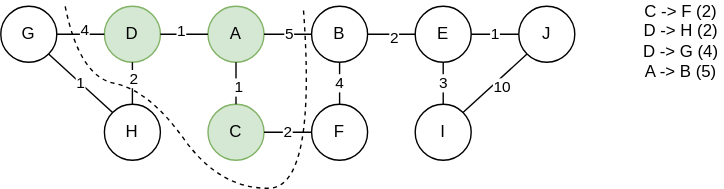
The draw.io diagram practicum_4/homework/images/graph_from_maze_dijkstra_3.svg in anton-pershin/spbu-fundamentals-of-algorithms, before a commit. Source tidied: cells renumbered, new cells last; positions are measured from the earlier drawing's top-left corner, leaving out a move shared by most shapes.
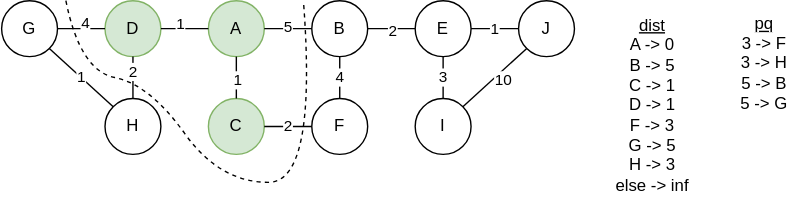
After the commit.

Commit message:
Added correct illustrations for dijkstra algorithm

Diff of the diagram source:
```diff
@@ -89,20 +89,23 @@
     <mxCell id="30" value="10" style="edgeLabel;html=1;align=center;verticalAlign=middle;" parent="29" vertex="1">
       <mxGeometry x="-0.08" y="5" relative="1" as="geometry" />
     </mxCell>
-    <mxCell id="31" value="&lt;div&gt;C -&amp;gt; F (2)&lt;/div&gt;&lt;div&gt;&lt;span style=&quot;background-color: transparent; color: light-dark(rgb(0, 0, 0), rgb(255, 255, 255));&quot;&gt;D -&amp;gt; H (2)&lt;/span&gt;&lt;/div&gt;&lt;div&gt;D -&amp;gt; G (4)&lt;/div&gt;&lt;div&gt;&lt;div&gt;A -&amp;gt; B (5)&lt;/div&gt;&lt;/div&gt;" style="text;html=1;align=center;verticalAlign=middle;whiteSpace=wrap;rounded=0;" parent="1" vertex="1">
-      <mxGeometry x="456" y="10" width="60" height="30" as="geometry" />
+    <mxCell id="31" style="curved=1;endArrow=none;html=1;rounded=0;startFill=0;dashed=1;" parent="1" edge="1">
+      <mxGeometry relative="1" as="geometry">
+        <mxPoint x="46" as="sourcePoint" />
+        <mxPoint x="216" as="targetPoint" />
+        <Array as="points">
+          <mxPoint x="56" y="50" />
+          <mxPoint x="106" y="60" />
+          <mxPoint x="156" y="130" />
+          <mxPoint x="226" y="130" />
+        </Array>
+      </mxGeometry>
     </mxCell>
-    <mxCell id="32" style="curved=1;endArrow=none;html=1;rounded=0;startFill=0;dashed=1;" parent="1" edge="1">
-      <mxGeometry relative="1" as="geometry">
-        <mxPoint x="46" as="sourcePoint" />
-        <mxPoint x="216" as="targetPoint" />
-        <Array as="points">
-          <mxPoint x="56" y="50" />
-          <mxPoint x="106" y="60" />
-          <mxPoint x="156" y="130" />
-          <mxPoint x="226" y="130" />
-        </Array>
-      </mxGeometry>
+    <mxCell id="32" value="&lt;div style=&quot;&quot;&gt;&lt;u&gt;dist&lt;/u&gt;&lt;/div&gt;A -&amp;gt; 0&lt;div&gt;B -&amp;gt; 5&lt;/div&gt;&lt;div&gt;C -&amp;gt; 1&lt;/div&gt;&lt;div&gt;D -&amp;gt; 1&lt;/div&gt;&lt;div&gt;F -&amp;gt; 3&lt;/div&gt;&lt;div&gt;G -&amp;gt; 5&lt;/div&gt;&lt;div&gt;H -&amp;gt; 3&lt;/div&gt;&lt;div&gt;else -&amp;gt; inf&lt;/div&gt;" style="text;html=1;align=center;verticalAlign=middle;whiteSpace=wrap;rounded=0;" parent="1" vertex="1">
+      <mxGeometry x="436" y="10" width="60" height="130" as="geometry" />
     </mxCell>
+    <mxCell id="33" value="&lt;div style=&quot;&quot;&gt;&lt;u&gt;pq&lt;/u&gt;&lt;/div&gt;&lt;div&gt;&lt;span style=&quot;background-color: transparent; color: light-dark(rgb(0, 0, 0), rgb(255, 255, 255));&quot;&gt;3 -&amp;gt; F&lt;/span&gt;&lt;/div&gt;&lt;div&gt;&lt;span style=&quot;background-color: transparent; color: light-dark(rgb(0, 0, 0), rgb(255, 255, 255));&quot;&gt;3 -&amp;gt; H&lt;/span&gt;&lt;/div&gt;&lt;div&gt;5 -&amp;gt; B&lt;/div&gt;&lt;div&gt;5 -&amp;gt; G&lt;/div&gt;" style="text;html=1;align=center;verticalAlign=middle;whiteSpace=wrap;rounded=0;" parent="1" vertex="1">
+      <mxGeometry x="516" y="10" width="60" height="70" as="geometry" />
+    </mxCell>
   </root>
 </mxGraphModel>
```
